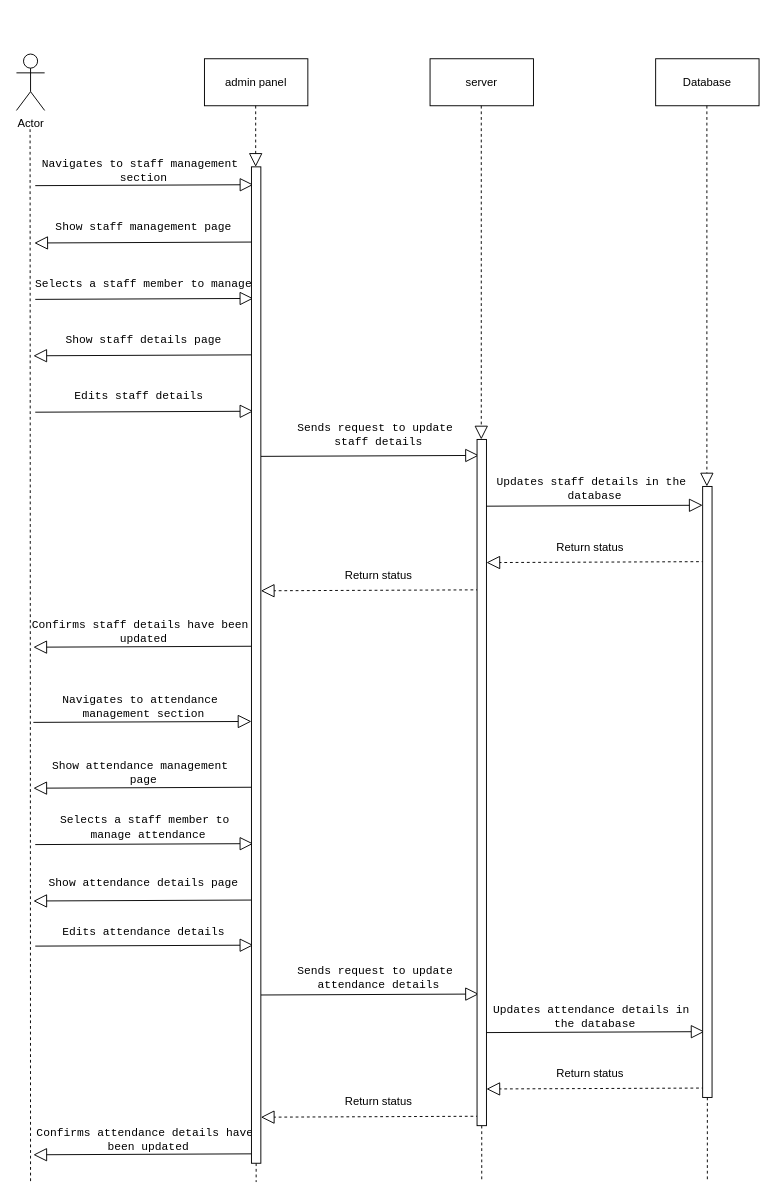
The draw.io diagram staff main details.drawio in CodeSithum/sequencediagram, before the edit. Source tidied: cells renumbered, new cells numbered last; positions are measured from the earlier drawing's top-left corner, leaving out a move shared by most shapes. Both pictures are drawn from the tidied source at 94%, with x=0, y=0 at pixel (16, 54).
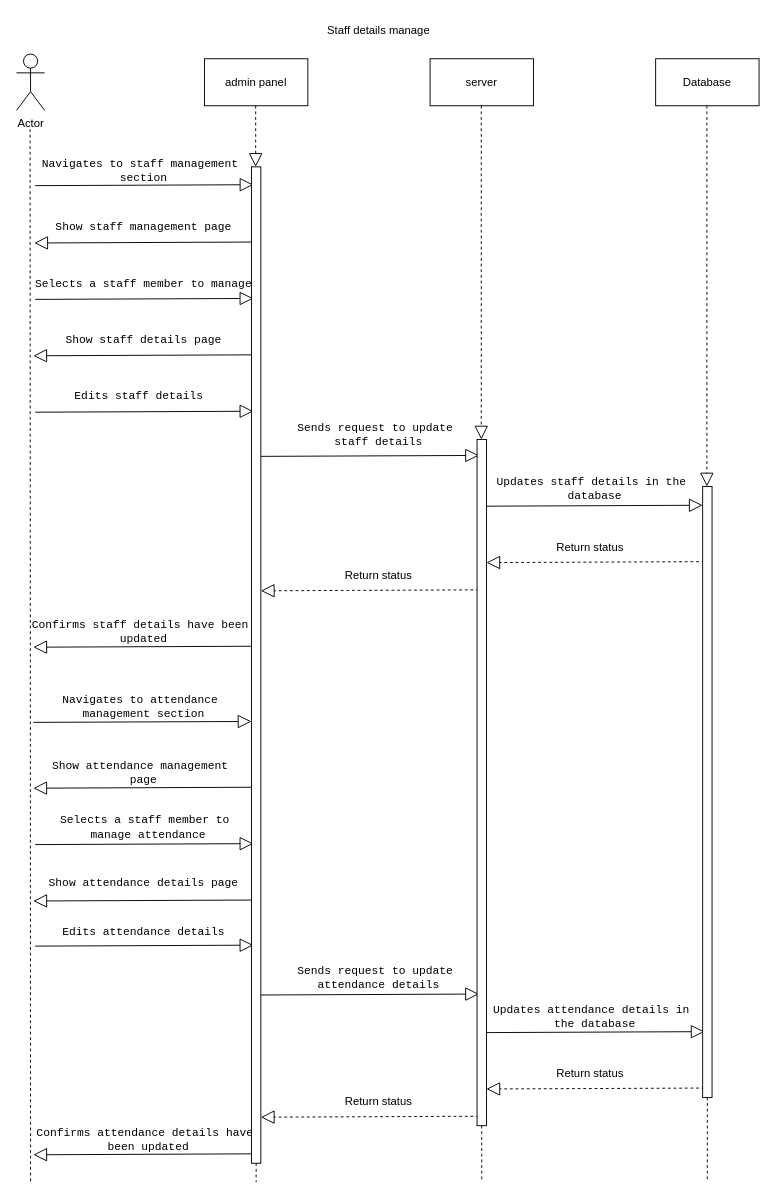
The same page after the edit.

Diff of the diagram source:
```diff
@@
+    <mxCell id="56" value="Staff details manage" style="text;html=1;align=center;verticalAlign=middle;strokeColor=none;fillColor=none;" parent="1" vertex="1">
+      <mxGeometry x="315" y="-40" width="140" height="30" as="geometry" />
+    </mxCell>
```
